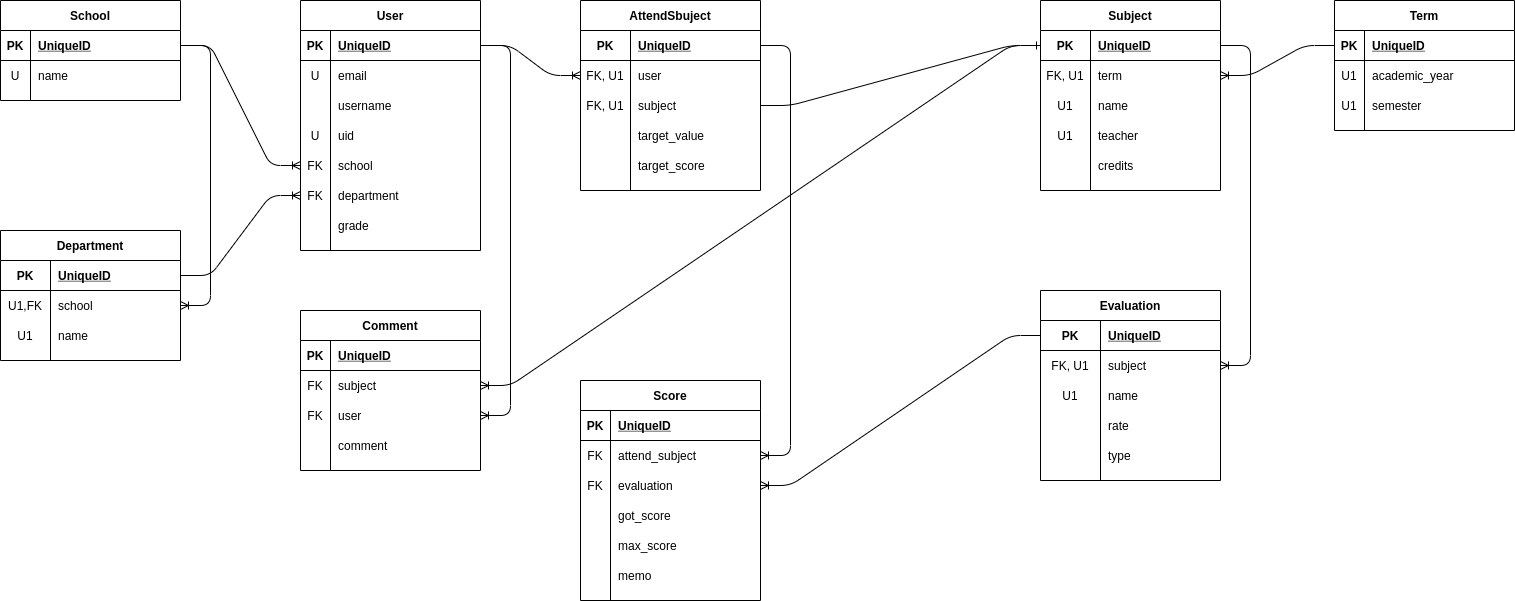
kathmandu777/Barifac keeps this draw.io diagram as references/er.png. Above is the earlier version. Source tidied: cells renumbered, new cells last; positions are measured from the earlier drawing's top-left corner, leaving out a move shared by most shapes.
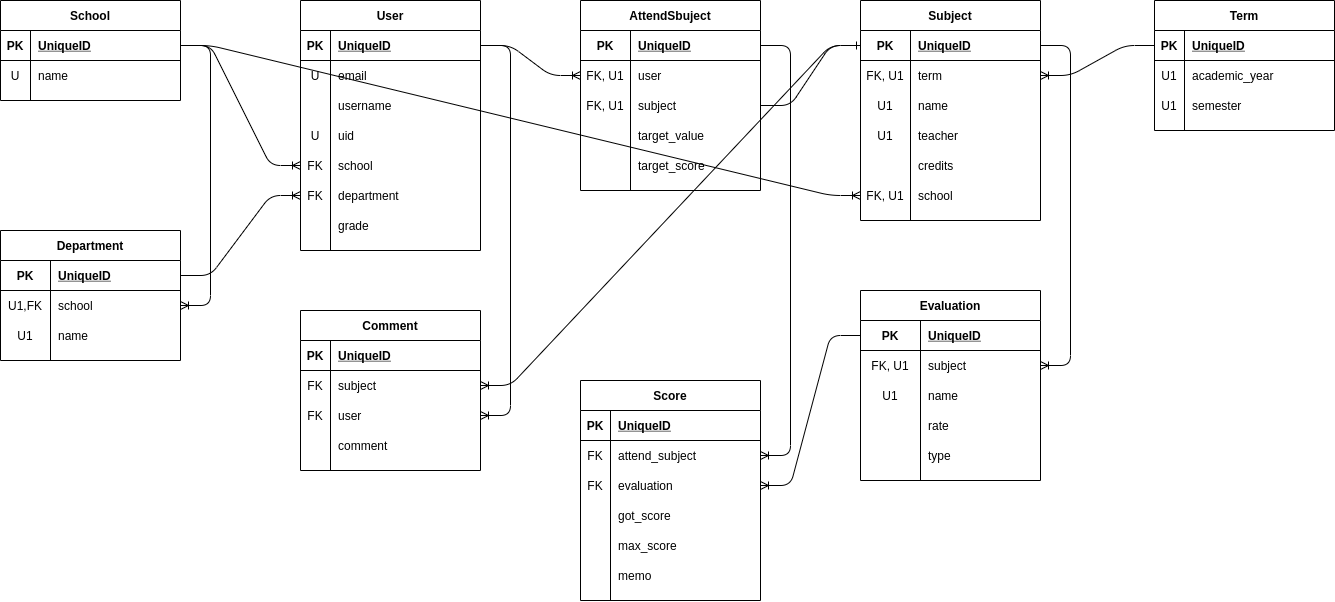
Later version of the same file.

Commit message:
fix: add school field in subject model #41

What changed in the source:
```diff
@@ -3,7 +3,7 @@
     <mxCell id="0" />
     <mxCell id="1" parent="0" />
     <mxCell id="2" value="Subject" style="shape=table;startSize=30;rowLines=0;fontStyle=1;align=center;" parent="1" vertex="1">
-      <mxGeometry x="1040" width="180" height="190" as="geometry" />
+      <mxGeometry x="860" width="180" height="220" as="geometry" />
     </mxCell>
     <mxCell id="3" style="shape=partialRectangle;fillColor=none;top=0;left=0;bottom=1;right=0;points=[[0,0.5],[1,0.5]];portConstraint=eastwest;" parent="2" vertex="1">
       <mxGeometry y="30" width="180" height="30" as="geometry" />
@@ -50,8 +50,17 @@
     <mxCell id="17" value="credits" style="shape=partialRectangle;fillColor=none;top=0;left=0;bottom=0;right=0;align=left;spacingLeft=6;overflow=hidden;" parent="15" vertex="1">
       <mxGeometry x="50" width="130" height="30" as="geometry" />
     </mxCell>
+    <mxCell id="142" style="shape=partialRectangle;fillColor=none;top=0;left=0;bottom=0;right=0;points=[[0,0.5],[1,0.5]];portConstraint=eastwest;" parent="2" vertex="1">
+      <mxGeometry y="180" width="180" height="30" as="geometry" />
+    </mxCell>
+    <mxCell id="143" value="FK, U1" style="shape=partialRectangle;fillColor=none;top=0;left=0;bottom=0;right=0;overflow=hidden;" parent="142" vertex="1">
+      <mxGeometry width="50" height="30" as="geometry" />
+    </mxCell>
+    <mxCell id="144" value="school" style="shape=partialRectangle;fillColor=none;top=0;left=0;bottom=0;right=0;align=left;spacingLeft=6;overflow=hidden;" parent="142" vertex="1">
+      <mxGeometry x="50" width="130" height="30" as="geometry" />
+    </mxCell>
     <mxCell id="18" value="Term" style="shape=table;startSize=30;rowLines=0;fontStyle=1;align=center;" parent="1" vertex="1">
-      <mxGeometry x="1334" width="180" height="130" as="geometry" />
+      <mxGeometry x="1154" width="180" height="130" as="geometry" />
     </mxCell>
     <mxCell id="19" style="shape=partialRectangle;fillColor=none;top=0;left=0;bottom=1;right=0;points=[[0,0.5],[1,0.5]];portConstraint=eastwest;" parent="18" vertex="1">
       <mxGeometry y="30" width="180" height="30" as="geometry" />
@@ -204,7 +213,7 @@
       <mxGeometry relative="1" as="geometry" />
     </mxCell>
     <mxCell id="69" value="Evaluation" style="shape=table;startSize=30;rowLines=0;fontStyle=1;align=center;" parent="1" vertex="1">
-      <mxGeometry x="1040" y="290" width="180" height="190" as="geometry" />
+      <mxGeometry x="860" y="290" width="180" height="190" as="geometry" />
     </mxCell>
     <mxCell id="70" style="shape=partialRectangle;fillColor=none;top=0;left=0;bottom=1;right=0;points=[[0,0.5],[1,0.5]];portConstraint=eastwest;" parent="69" vertex="1">
       <mxGeometry y="30" width="180" height="30" as="geometry" />
@@ -422,5 +431,8 @@
     <mxCell id="141" style="edgeStyle=entityRelationEdgeStyle;fontSize=12;html=1;endArrow=ERoneToMany;exitX=1;exitY=0.5;exitDx=0;exitDy=0;entryX=0;entryY=0.5;entryDx=0;entryDy=0;" parent="1" edge="1" source="130" target="45">
       <mxGeometry relative="1" as="geometry" />
     </mxCell>
+    <mxCell id="145" style="edgeStyle=entityRelationEdgeStyle;fontSize=12;html=1;endArrow=ERoneToMany;entryX=0;entryY=0.5;entryDx=0;entryDy=0;exitX=1;exitY=0.5;exitDx=0;exitDy=0;" parent="1" edge="1" source="123" target="142">
+      <mxGeometry relative="1" as="geometry" />
+    </mxCell>
   </root>
 </mxGraphModel>
```
